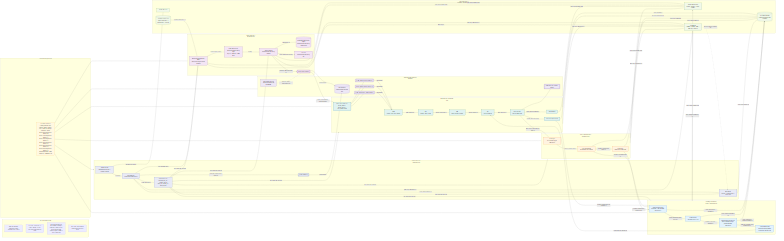
Above: docs/design/platform/dev_full/graph/readiness/dev_full_platform_network_production_ready_current_v0.mermaid.png in EsosaOrumwese/fraud-detection-system (Mermaid), before the change. Its source is kept beside it as docs/design/platform/dev_full/graph/readiness/dev_full_platform_network_production_ready_current_v0.mermaid.mmd.
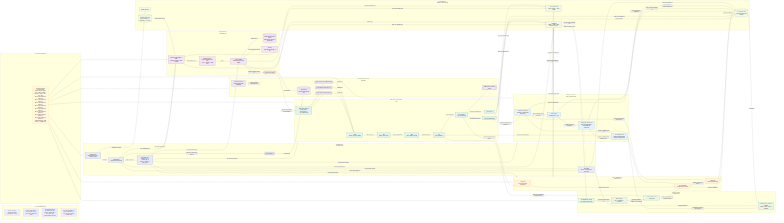
After the commit.

Commit message:
Close Phase8 integrated validation

Diff of the diagram source:
```diff
@@ -8,12 +8,12 @@
   subgraph LEGEND["How to Read This Graph"]
     L1["Only the currently promoted working-platform core is shown"]
     L2["If a plane, component, or path is absent, it is not part of the ready-network claim"]
-    L3["The promoted network now includes Learning + Evolution / MLOps on top of the already-green Control + Ingress + RTDL + Case + Label core"]
-    L4["Ops / Gov / Meta remain absent until later proof closes"]
+    L3["The promoted network now includes the full platform, including Ops / Gov / Meta, after integrated Phase 8 closure"]
+    L4["If a plane, component, or path is absent here, it is not part of the working-platform claim"]
   end
 
   subgraph READYNOTE["Current Working Platform"]
-    NOTE["Currently promoted working-platform core:<br>Control + Ingress + RTDL + Case + Label + Learning + Evolution / MLOps<br>Phase 0 closed green on 2026-03-10<br>Phase 1 closed green on 2026-03-11<br>Phase 3 closed green on 2026-03-11<br>Phase 4 closed green on 2026-03-12<br>Phase 5 closed green on 2026-03-12<br>Phase 6 closed green on 2026-03-12<br>Declared envelope: 3000 steady eps / 6000 burst eps"]
+    NOTE["Currently promoted working platform:<br>Control + Ingress + RTDL + Case + Label + Learning + Evolution / MLOps + Ops / Gov / Meta<br>Phase 0 closed green on 2026-03-10<br>Phase 1 closed green on 2026-03-11<br>Phase 3 closed green on 2026-03-11<br>Phase 4 closed green on 2026-03-12<br>Phase 5 closed green on 2026-03-12<br>Phase 6 closed green on 2026-03-12<br>Phase 7 rebuilt green on 2026-03-13<br>Phase 8 closed green on 2026-03-13<br>Declared envelope: 3000 steady eps / 6000 burst eps"]
   end
 
   subgraph CONTROL["Control Network - Promoted Core"]
@@ -57,6 +57,13 @@
     ACTIVEBUNDLE["Active bundle truth<br>promoted learning bundle resolved on runtime path"]
   end
 
+  subgraph OPSGOV["Ops / Gov / Meta - Promoted Core"]
+    OPSDASH["Ops dashboards / alarms<br>live operator watch surface"]
+    RUNBOOK["Runbook chain<br>alert -> dashboard -> mitigation"]
+    DRIFTCHK["Runtime drift + evidence readback<br>bundle / policy / receipt challenge"]
+    IDLECTRL["Idle / restore / cost-control path"]
+  end
+
   subgraph TRANSPORT["Promoted Event Transport Boundary"]
     MSK[("MSK Serverless<br>fraud-platform-dev-full-msk")]
     GLUEREG["Glue Schema Registry<br>fraud-platform-dev-full<br>BACKWARD"]
@@ -79,6 +86,7 @@
   NOTE --> RTDL
   NOTE --> CASELABEL
   NOTE --> LEARNING
+  NOTE --> OPSGOV
   NOTE --> TRANSPORT
 
   GHA -->|authenticates through| OIDC
@@ -131,6 +139,15 @@
   MPR -->|publishes governed active bundle truth as| ACTIVEBUNDLE
   ACTIVEBUNDLE -->|resolved by live runtime for| DF
 
+  ACTIVEBUNDLE -->|challenged by operator drift checks in| DRIFTCHK
+  RUNCTL -->|reconstructed through| DRIFTCHK
+  EVID -->|read back by| DRIFTCHK
+  CW -->|feeds live operator view in| OPSDASH
+  OPSDASH -->|links operator action chain to| RUNBOOK
+  RUNBOOK -->|authorizes bounded standby / restore through| IDLECTRL
+  IDLECTRL -->|returns active runtime to governed truth for| DF
+  IDLECTRL -->|returns case/label path to governed truth for| CM
+
   ARCH -->|stores evidence in| EVID
   DLA -->|stores proof continuity in| EVID
   CM -->|stores case evidence in| EVID
@@ -161,6 +178,7 @@
   classDef learning fill:#e3f2fd,stroke:#1565c0,color:#111,stroke-width:1.3px;
   classDef transport fill:#ede7f6,stroke:#5e35b1,color:#111,stroke-width:1.3px;
   classDef support fill:#f1f8e9,stroke:#558b2f,color:#111,stroke-width:1.3px;
+  classDef opsgov fill:#e8f5e9,stroke:#2e7d32,color:#111,stroke-width:1.3px;
 
   class NOTE note;
   class GHA,SFN,CTRLBUS,RUNID,RUNCTL control;
@@ -168,5 +186,6 @@
   class RINTAKE,CSFB,IEG,OFP,DF,DL,DLA,ARCH rtdl;
   class CTRIG,CM,LS caselabel;
   class OFS,MF,MPR,ACTIVEBUNDLE learning;
+  class OPSDASH,RUNBOOK,DRIFTCHK,IDLECTRL opsgov;
   class MSK,GLUEREG,TCTXA,TCTXE,TFLOW,TDEC transport;
   class OIDC,SSM,OBJ,EVID,CW support;
```
